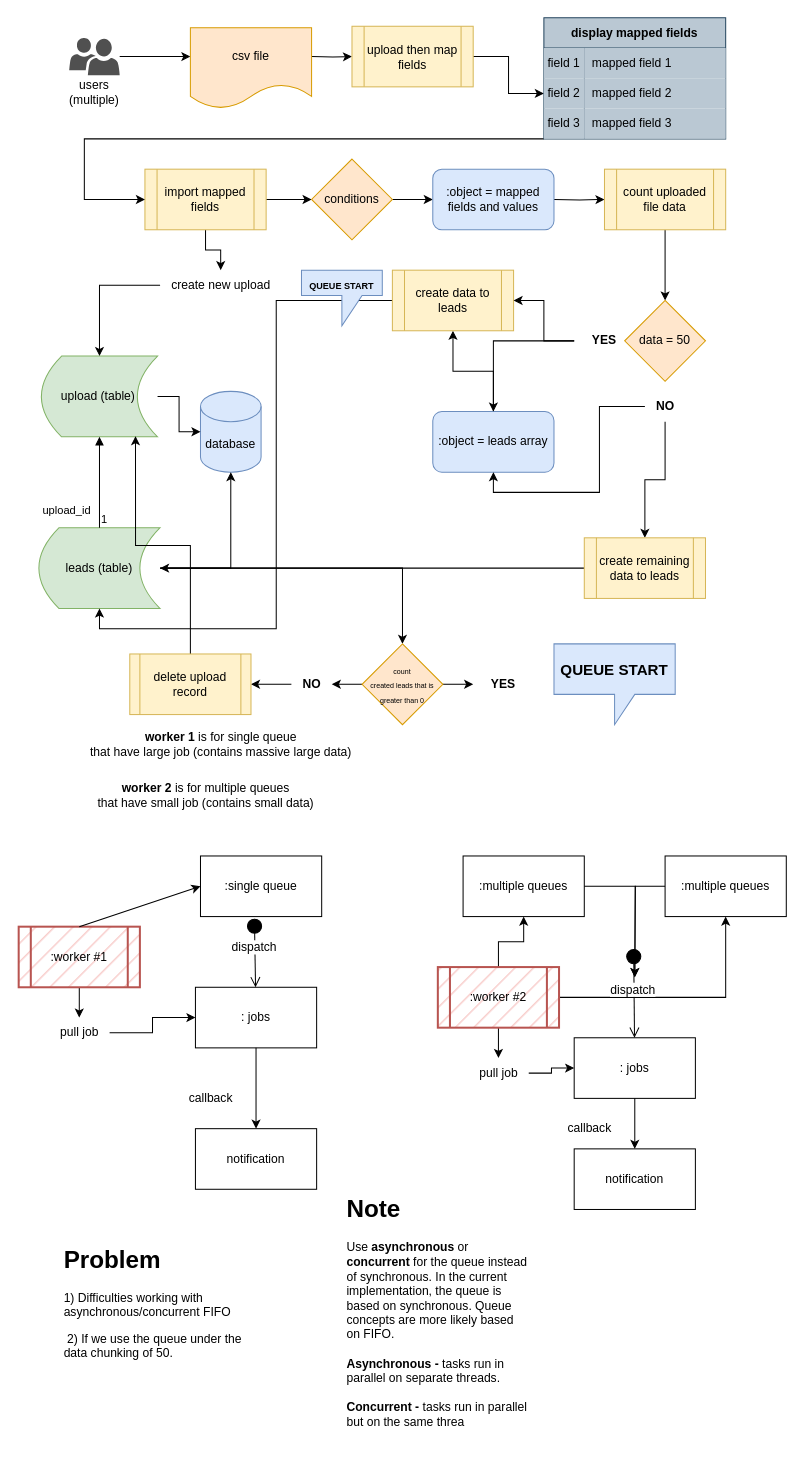
The draw.io diagram Untitled Diagram.drawio in doraemonxxx/queue-logic-design, before the edit. Source tidied: cells renumbered, new cells numbered last; positions are measured from the earlier drawing's top-left corner, leaving out a move shared by most shapes. Both pictures are drawn from the tidied source at 101%, with x=0, y=0 at pixel (18, 17).
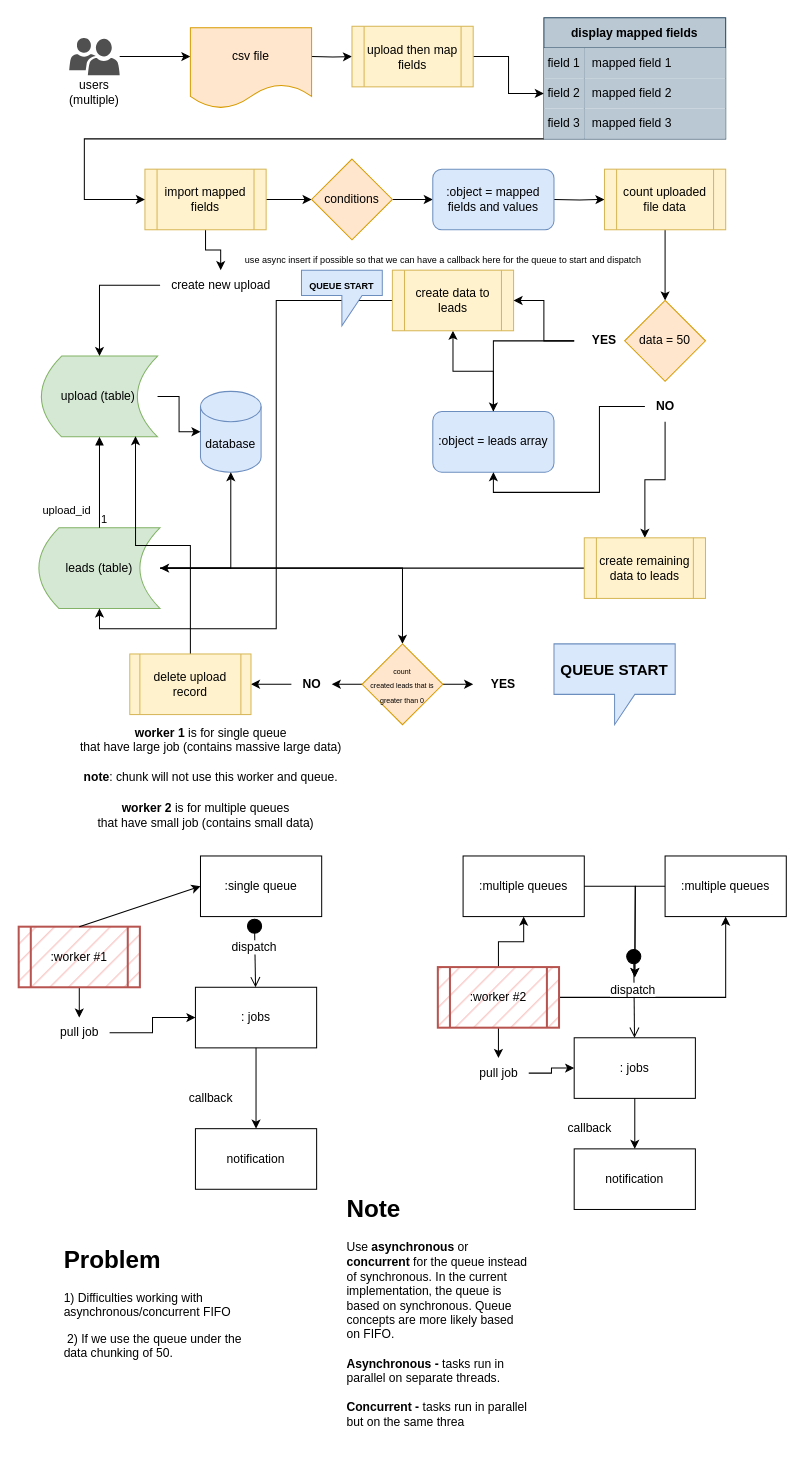
Above is the later version.

The edit, as a diff of the source:
```diff
@@
     <mxCell id="60" value="&lt;b&gt;worker 2&lt;/b&gt; is for multiple queues &lt;br&gt;that have small job (contains small data)" style="text;html=1;align=center;verticalAlign=middle;strokeColor=none;fillColor=none;fontSize=12;" parent="1" vertex="1">
-      <mxGeometry x="65" y="750" width="240" height="40" as="geometry" />
+      <mxGeometry x="65" y="770" width="240" height="40" as="geometry" />
     </mxCell>
@@
-    <mxCell id="63" value="&lt;b&gt;worker 1&lt;/b&gt; is for single queue&lt;br&gt;that have large job (contains massive large data)" style="text;html=1;align=center;verticalAlign=middle;strokeColor=none;fillColor=none;fontSize=12;" parent="1" vertex="1">
-      <mxGeometry x="60" y="700" width="280" height="40" as="geometry" />
+    <mxCell id="63" value="&lt;b&gt;worker 1&lt;/b&gt; is for single queue&lt;br&gt;that have large job (contains massive large data)&lt;br&gt;&lt;br&gt;&lt;b&gt;note&lt;/b&gt;: chunk will not use this worker and queue." style="text;html=1;align=center;verticalAlign=middle;strokeColor=none;fillColor=none;fontSize=12;" parent="1" vertex="1">
+      <mxGeometry x="50" y="695" width="280" height="70" as="geometry" />
     </mxCell>
@@
+    <mxCell id="92" value="use async insert if possible so that we can have a callback here for the queue to start and dispatch" style="text;html=1;align=center;verticalAlign=middle;strokeColor=none;fillColor=none;fontSize=9;" parent="1" vertex="1">
+      <mxGeometry x="210" y="230" width="420" height="20" as="geometry" />
+    </mxCell>
```
